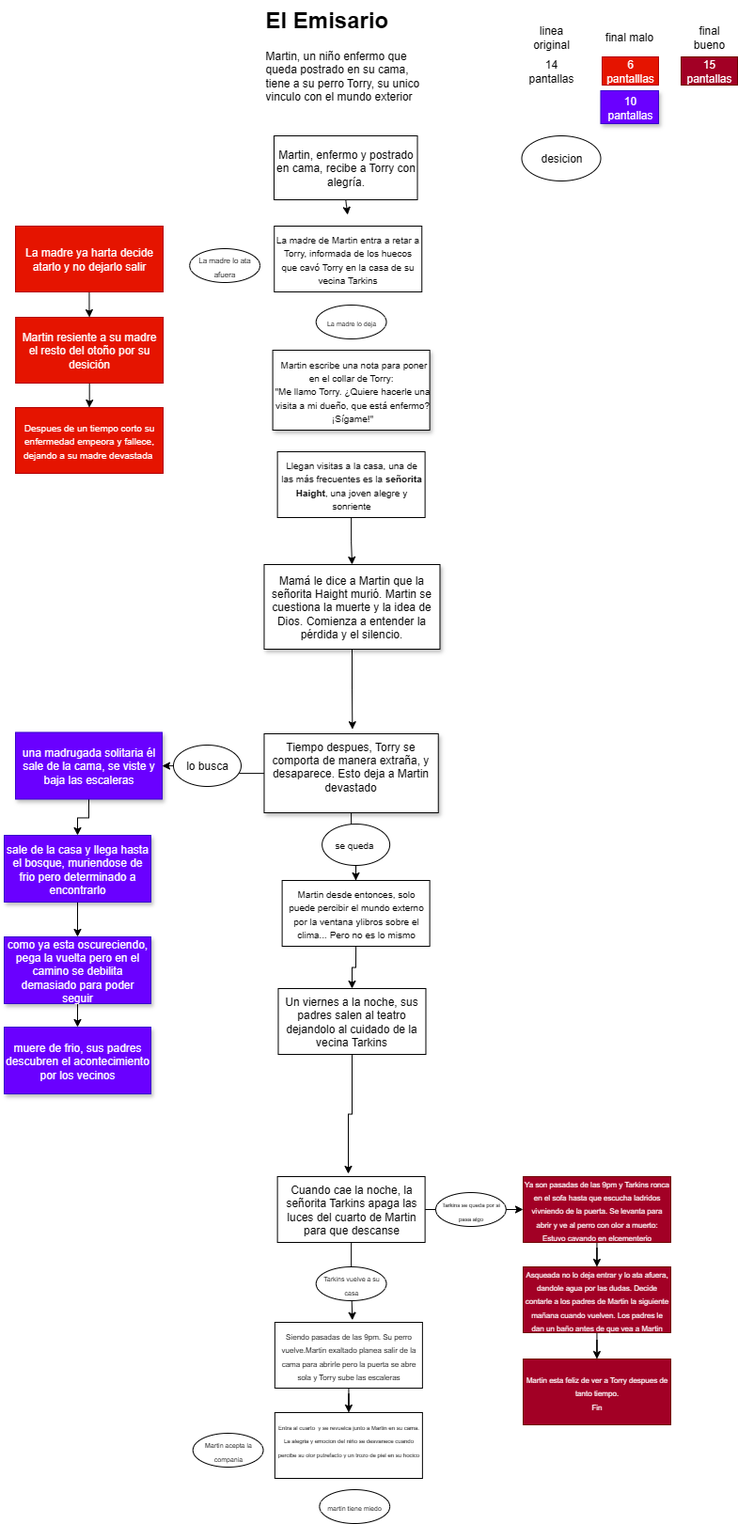
This is Diagrama E Emisario.drawio.png from ro276/pmiw, a draw.io export, as it was before one commit. Source tidied: cells renumbered, new cells last; positions are measured from the earlier drawing's top-left corner, leaving out a move shared by most shapes.
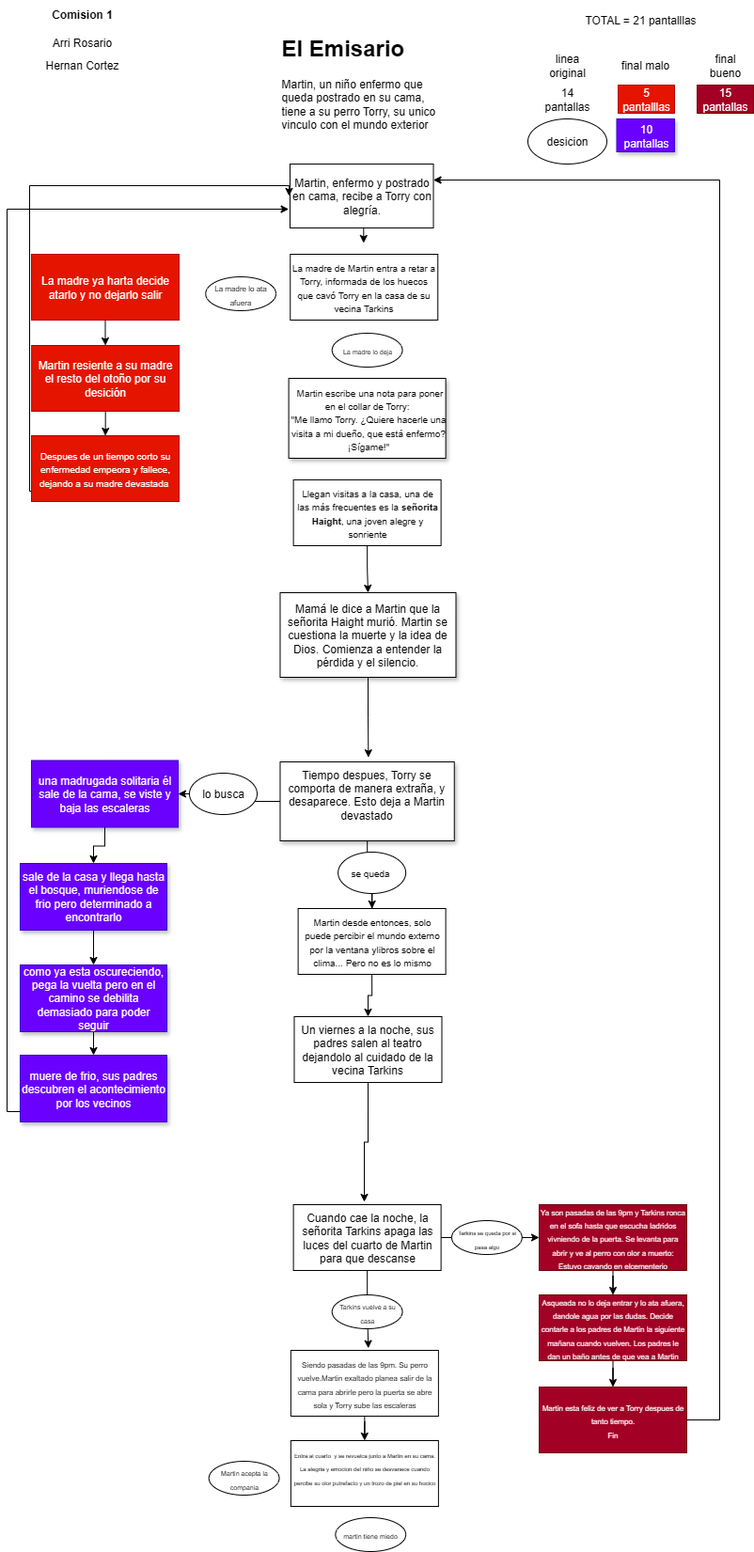
Above is the later version.

Change to the diagram source:
```diff
@@ -68,6 +68,16 @@
         <mxPoint x="370.4" y="775.2" as="targetPoint" />
       </mxGeometry>
     </mxCell>
+    <mxCell id="59" style="edgeStyle=orthogonalEdgeStyle;rounded=0;jettySize=auto;html=1;" parent="1" edge="1" source="22" target="3">
+      <mxGeometry relative="1" as="geometry">
+        <Array as="points">
+          <mxPoint x="10" y="492" />
+          <mxPoint x="10" y="167" />
+          <mxPoint x="286" y="167" />
+          <mxPoint x="286" y="178" />
+        </Array>
+      </mxGeometry>
+    </mxCell>
     <mxCell id="22" value="&lt;font style=&quot;font-size: 10px; color: rgb(255, 255, 255);&quot;&gt;Despues de un tiempo corto su enfermedad empeora y fallece, dejando a su madre devastada&amp;nbsp;&lt;/font&gt;" style="rounded=0;whiteSpace=wrap;html=1;fillColor=#e51400;strokeColor=#B20000;fontColor=#ffffff;" parent="1" vertex="1">
       <mxGeometry x="12" y="433" width="157" height="70" as="geometry" />
     </mxCell>
@@ -95,7 +105,7 @@
     <mxCell id="30" value="14 pantallas" style="text;html=1;align=center;verticalAlign=middle;whiteSpace=wrap;rounded=0;" parent="1" vertex="1">
       <mxGeometry x="552" y="60" width="60" height="30" as="geometry" />
     </mxCell>
-    <mxCell id="31" value="6 pantalllas" style="text;html=1;align=center;verticalAlign=middle;whiteSpace=wrap;rounded=0;fillColor=#e51400;fontColor=#ffffff;strokeColor=#B20000;" parent="1" vertex="1">
+    <mxCell id="31" value="5 pantalllas" style="text;html=1;align=center;verticalAlign=middle;whiteSpace=wrap;rounded=0;fillColor=#e51400;fontColor=#ffffff;strokeColor=#B20000;" parent="1" vertex="1">
       <mxGeometry x="636" y="60" width="60" height="30" as="geometry" />
     </mxCell>
     <mxCell id="32" value="15 pantallas" style="text;html=1;align=center;verticalAlign=middle;whiteSpace=wrap;rounded=0;fillColor=#a20025;fontColor=#ffffff;strokeColor=#6F0000;" parent="1" vertex="1">
@@ -107,6 +117,14 @@
     <mxCell id="34" value="&lt;span style=&quot;font-size: 8px;&quot;&gt;Asqueada no lo deja entrar y lo ata afuera, dandole agua por las dudas. Decide contarle a los padres de Martin la siguiente mañana cuando vuelven. Los padres le dan un baño antes de que vea a Martin&lt;/span&gt;" style="rounded=0;whiteSpace=wrap;html=1;fillColor=#a20025;strokeColor=#6F0000;fontColor=#ffffff;" parent="1" vertex="1">
       <mxGeometry x="552" y="1347" width="157" height="70" as="geometry" />
     </mxCell>
+    <mxCell id="60" style="edgeStyle=orthogonalEdgeStyle;rounded=0;jettySize=auto;html=1;entryX=1;entryY=0.25;entryDx=0;entryDy=0;" parent="1" edge="1" source="35" target="3">
+      <mxGeometry relative="1" as="geometry">
+        <Array as="points">
+          <mxPoint x="744" y="1480" />
+          <mxPoint x="744" y="161" />
+        </Array>
+      </mxGeometry>
+    </mxCell>
     <mxCell id="35" value="&lt;span style=&quot;font-size: 8px;&quot;&gt;Martin esta feliz de ver a Torry despues de tanto tiempo.&lt;/span&gt;&lt;div&gt;&lt;span style=&quot;font-size: 8px;&quot;&gt;Fin&lt;/span&gt;&lt;/div&gt;" style="rounded=0;whiteSpace=wrap;html=1;fillColor=#a20025;strokeColor=#6F0000;fontColor=#ffffff;" parent="1" vertex="1">
       <mxGeometry x="552" y="1445" width="157" height="70" as="geometry" />
     </mxCell>
@@ -140,7 +158,7 @@
       <mxGeometry x="331.8" y="1347" width="74.7" height="36" as="geometry" />
     </mxCell>
     <mxCell id="45" value="desicion" style="ellipse;whiteSpace=wrap;html=1;" parent="1" vertex="1">
-      <mxGeometry x="550.5" y="144" width="84" height="48" as="geometry" />
+      <mxGeometry x="540" y="96" width="84" height="48" as="geometry" />
     </mxCell>
     <mxCell id="46" value="lo busca" style="ellipse;whiteSpace=wrap;html=1;" parent="1" vertex="1">
       <mxGeometry x="180" y="792" width="72" height="44" as="geometry" />
@@ -175,11 +193,32 @@
     <mxCell id="56" value="&lt;span style=&quot;font-size: 7px;&quot;&gt;martin tiene miedo&lt;/span&gt;" style="ellipse;whiteSpace=wrap;html=1;" parent="1" vertex="1">
       <mxGeometry x="335.4" y="1584" width="74.7" height="36" as="geometry" />
     </mxCell>
+    <mxCell id="61" style="edgeStyle=orthogonalEdgeStyle;rounded=0;jettySize=auto;html=1;entryX=0;entryY=0.75;entryDx=0;entryDy=0;" parent="1" edge="1" source="57">
+      <mxGeometry relative="1" as="geometry">
+        <mxPoint x="285.6" y="192" as="targetPoint" />
+        <Array as="points">
+          <mxPoint x="-14" y="1152" />
+          <mxPoint x="-14" y="192" />
+        </Array>
+      </mxGeometry>
+    </mxCell>
     <mxCell id="57" value="muere de frio, sus padres descubren el acontecimiento por los vecinos" style="rounded=0;whiteSpace=wrap;html=1;shadow=1;fillColor=#6a00ff;fontColor=#ffffff;strokeColor=#3700CC;" parent="1" vertex="1">
       <mxGeometry y="1092" width="156" height="71" as="geometry" />
     </mxCell>
     <mxCell id="58" value="10&lt;div&gt;pantallas&lt;/div&gt;" style="rounded=0;whiteSpace=wrap;html=1;shadow=1;fillColor=#6a00ff;fontColor=#ffffff;strokeColor=#3700CC;" parent="1" vertex="1">
       <mxGeometry x="634.5" y="96" width="61.5" height="35" as="geometry" />
     </mxCell>
+    <mxCell id="62" value="Arri Rosario" style="text;html=1;align=center;verticalAlign=middle;whiteSpace=wrap;rounded=0;" parent="1" vertex="1">
+      <mxGeometry x="12.1" width="107.9" height="30" as="geometry" />
+    </mxCell>
+    <mxCell id="63" value="Hernan Cortez" style="text;html=1;align=center;verticalAlign=middle;whiteSpace=wrap;rounded=0;" parent="1" vertex="1">
+      <mxGeometry x="12" y="24" width="107.9" height="30" as="geometry" />
+    </mxCell>
+    <mxCell id="64" value="&lt;b&gt;Comision 1&lt;/b&gt;" style="text;html=1;align=center;verticalAlign=middle;whiteSpace=wrap;rounded=0;" parent="1" vertex="1">
+      <mxGeometry x="12.1" y="-30" width="107.9" height="30" as="geometry" />
+    </mxCell>
+    <mxCell id="65" value="&lt;div&gt;TOTAL = 21 pantalllas&lt;/div&gt;" style="text;html=1;align=center;verticalAlign=middle;whiteSpace=wrap;rounded=0;" parent="1" vertex="1">
+      <mxGeometry x="552" y="-24" width="216" height="30" as="geometry" />
+    </mxCell>
   </root>
 </mxGraphModel>
```
